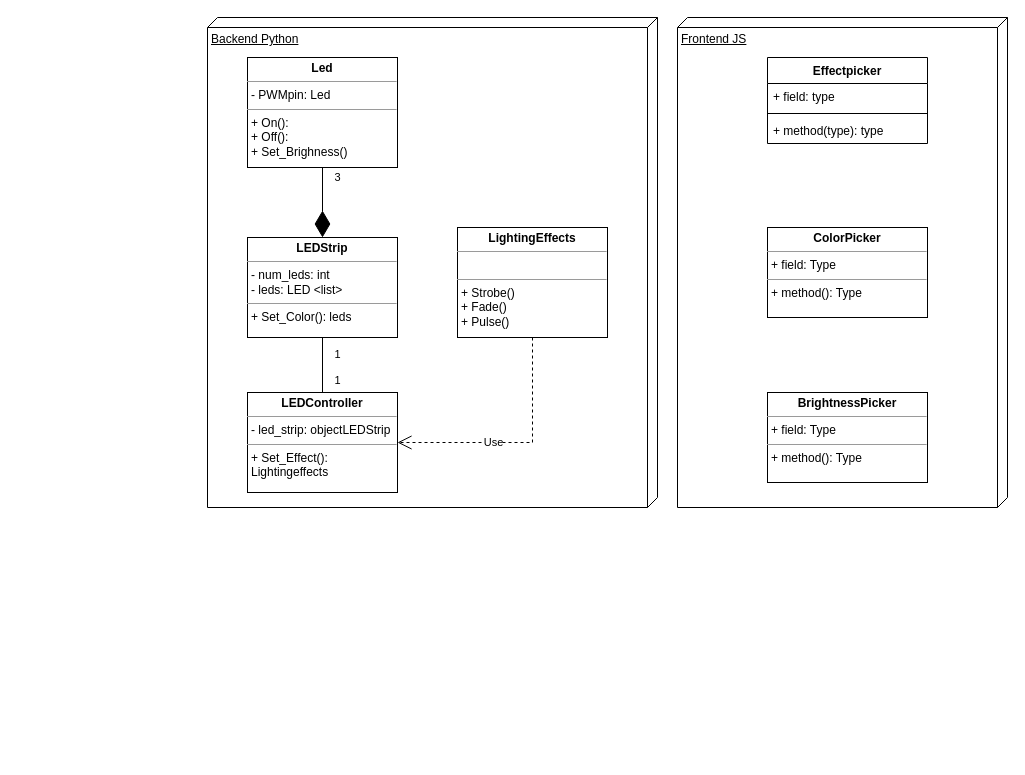
Earlier version of the draw.io diagram uml_diagrams/Untitled Diagram.drawio (Phaneron97/smartLedstrip). Source tidied: cells renumbered, new cells numbered last; positions are measured from the earlier drawing's top-left corner, leaving out a move shared by most shapes. Both pictures are drawn from the tidied source at 100%, with x=0, y=0 at pixel (207, 17).
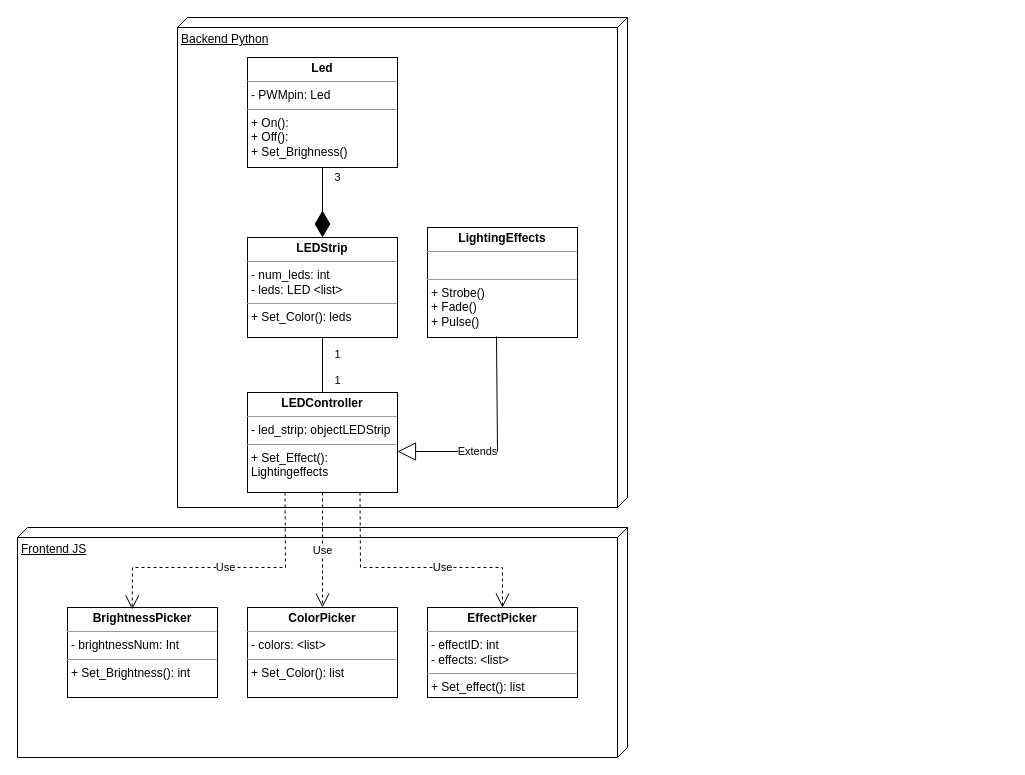
The same diagram, later.

The change refers to these unchanged cells:
```xml
<mxCell id="6" value="&lt;p style=&quot;margin:0px;margin-top:4px;text-align:center;&quot;&gt;&lt;b&gt;LEDController&lt;/b&gt;&lt;/p&gt;&lt;hr size=&quot;1&quot;&gt;&lt;p style=&quot;margin:0px;margin-left:4px;&quot;&gt;- led_strip: objectLEDStrip&lt;br&gt;&lt;/p&gt;&lt;hr size=&quot;1&quot;&gt;&lt;p style=&quot;margin:0px;margin-left:4px;&quot;&gt;+ Set_Effect(): Lightingeffects&lt;/p&gt;&lt;p style=&quot;margin:0px;margin-left:4px;&quot;&gt;&lt;br&gt;&lt;/p&gt;" style="verticalAlign=top;align=left;overflow=fill;fontSize=12;fontFamily=Helvetica;html=1;whiteSpace=wrap;" parent="1" vertex="1">
  <mxGeometry x="40" y="375" width="150" height="100" as="geometry" />
</mxCell>
```

The edit, as a diff of the source:
```diff
@@
     <mxCell id="2" value="Frontend JS" style="verticalAlign=top;align=left;spacingTop=8;spacingLeft=2;spacingRight=12;shape=cube;size=10;direction=south;fontStyle=4;html=1;whiteSpace=wrap;" parent="1" vertex="1">
-      <mxGeometry x="470" width="330" height="490" as="geometry" />
+      <mxGeometry x="-190" y="510" width="610" height="230" as="geometry" />
     </mxCell>
     <mxCell id="3" value="Backend Python" style="verticalAlign=top;align=left;spacingTop=8;spacingLeft=2;spacingRight=12;shape=cube;size=10;direction=south;fontStyle=4;html=1;whiteSpace=wrap;" parent="1" vertex="1">
-      <mxGeometry width="450" height="490" as="geometry" />
+      <mxGeometry x="-30" width="450" height="490" as="geometry" />
     </mxCell>
@@
     <mxCell id="7" value="&lt;p style=&quot;margin:0px;margin-top:4px;text-align:center;&quot;&gt;&lt;b&gt;LightingEffects&lt;/b&gt;&lt;/p&gt;&lt;hr size=&quot;1&quot;&gt;&lt;p style=&quot;margin:0px;margin-left:4px;&quot;&gt;&lt;br&gt;&lt;/p&gt;&lt;hr size=&quot;1&quot;&gt;&lt;p style=&quot;margin:0px;margin-left:4px;&quot;&gt;+ Strobe()&lt;/p&gt;&lt;p style=&quot;margin:0px;margin-left:4px;&quot;&gt;+ Fade()&lt;/p&gt;&lt;p style=&quot;margin:0px;margin-left:4px;&quot;&gt;+ Pulse()&lt;br&gt;&lt;/p&gt;" style="verticalAlign=top;align=left;overflow=fill;fontSize=12;fontFamily=Helvetica;html=1;whiteSpace=wrap;" parent="1" vertex="1">
-      <mxGeometry x="250" y="210" width="150" height="110" as="geometry" />
+      <mxGeometry x="220" y="210" width="150" height="110" as="geometry" />
     </mxCell>
@@
-    <mxCell id="9" value="Effectpicker" style="swimlane;fontStyle=1;align=center;verticalAlign=top;horizontal=1;startSize=26;whiteSpace=wrap;html=1;" parent="1" vertex="1">
-      <mxGeometry x="560" y="40" width="160" height="86" as="geometry" />
-    </mxCell>
-    <mxCell id="10" value="+ field: type" style="text;strokeColor=none;fillColor=none;align=left;verticalAlign=top;spacingLeft=4;spacingRight=4;overflow=hidden;whiteSpace=wrap;html=1;" parent="9" vertex="1">
-      <mxGeometry y="26" width="160" height="26" as="geometry" />
-    </mxCell>
-    <mxCell id="11" style="line;strokeWidth=1;fillColor=none;align=left;verticalAlign=middle;spacingTop=-1;spacingLeft=3;spacingRight=3;labelPosition=right;strokeColor=inherit;" parent="9" vertex="1">
-      <mxGeometry y="52" width="160" height="8" as="geometry" />
-    </mxCell>
-    <mxCell id="12" value="+ method(type): type" style="text;strokeColor=none;fillColor=none;align=left;verticalAlign=top;spacingLeft=4;spacingRight=4;overflow=hidden;whiteSpace=wrap;html=1;" parent="9" vertex="1">
-      <mxGeometry y="60" width="160" height="26" as="geometry" />
-    </mxCell>
-    <mxCell id="13" value="&lt;p style=&quot;margin:0px;margin-top:4px;text-align:center;&quot;&gt;&lt;b&gt;ColorPicker&lt;/b&gt;&lt;/p&gt;&lt;hr size=&quot;1&quot;&gt;&lt;p style=&quot;margin:0px;margin-left:4px;&quot;&gt;+ field: Type&lt;/p&gt;&lt;hr size=&quot;1&quot;&gt;&lt;p style=&quot;margin:0px;margin-left:4px;&quot;&gt;+ method(): Type&lt;/p&gt;" style="verticalAlign=top;align=left;overflow=fill;fontSize=12;fontFamily=Helvetica;html=1;whiteSpace=wrap;" parent="1" vertex="1">
-      <mxGeometry x="560" y="210" width="160" height="90" as="geometry" />
+    <mxCell id="13" value="&lt;p style=&quot;margin:0px;margin-top:4px;text-align:center;&quot;&gt;&lt;b&gt;ColorPicker&lt;/b&gt;&lt;/p&gt;&lt;hr size=&quot;1&quot;&gt;&lt;p style=&quot;margin:0px;margin-left:4px;&quot;&gt;- colors: &amp;lt;list&amp;gt;&lt;span style=&quot;white-space: pre;&quot;&gt; &lt;/span&gt;&lt;br&gt;&lt;/p&gt;&lt;hr size=&quot;1&quot;&gt;&lt;p style=&quot;margin:0px;margin-left:4px;&quot;&gt;+ Set_Color(): list&lt;br&gt;&lt;/p&gt;" style="verticalAlign=top;align=left;overflow=fill;fontSize=12;fontFamily=Helvetica;html=1;whiteSpace=wrap;" parent="1" vertex="1">
+      <mxGeometry x="40" y="590" width="150" height="90" as="geometry" />
     </mxCell>
-    <mxCell id="14" value="&lt;p style=&quot;margin:0px;margin-top:4px;text-align:center;&quot;&gt;&lt;b&gt;BrightnessPicker&lt;/b&gt;&lt;/p&gt;&lt;hr size=&quot;1&quot;&gt;&lt;p style=&quot;margin:0px;margin-left:4px;&quot;&gt;+ field: Type&lt;/p&gt;&lt;hr size=&quot;1&quot;&gt;&lt;p style=&quot;margin:0px;margin-left:4px;&quot;&gt;+ method(): Type&lt;/p&gt;" style="verticalAlign=top;align=left;overflow=fill;fontSize=12;fontFamily=Helvetica;html=1;whiteSpace=wrap;" parent="1" vertex="1">
-      <mxGeometry x="560" y="375" width="160" height="90" as="geometry" />
+    <mxCell id="14" value="&lt;p style=&quot;margin:0px;margin-top:4px;text-align:center;&quot;&gt;&lt;b&gt;BrightnessPicker&lt;/b&gt;&lt;/p&gt;&lt;hr size=&quot;1&quot;&gt;&lt;p style=&quot;margin:0px;margin-left:4px;&quot;&gt;- brightnessNum: Int&lt;br&gt;&lt;/p&gt;&lt;hr size=&quot;1&quot;&gt;&lt;p style=&quot;margin:0px;margin-left:4px;&quot;&gt;+ Set_Brightness(): int&lt;br&gt;&lt;/p&gt;" style="verticalAlign=top;align=left;overflow=fill;fontSize=12;fontFamily=Helvetica;html=1;whiteSpace=wrap;" parent="1" vertex="1">
+      <mxGeometry x="-140" y="590" width="150" height="90" as="geometry" />
     </mxCell>
@@
-    <mxCell id="16" value="Use" style="endArrow=open;endSize=12;dashed=1;html=1;rounded=0;exitX=0.5;exitY=1;exitDx=0;exitDy=0;entryX=1;entryY=0.5;entryDx=0;entryDy=0;" parent="1" edge="1" source="7" target="6">
-      <mxGeometry x="0.2" relative="1" as="geometry">
+    <mxCell id="16" value="Extends" style="endArrow=block;endSize=16;endFill=0;html=1;rounded=0;exitX=0.46;exitY=0.991;exitDx=0;exitDy=0;exitPerimeter=0;entryX=1;entryY=0.59;entryDx=0;entryDy=0;entryPerimeter=0;" parent="1" edge="1" source="7" target="6">
+      <mxGeometry x="0.26" relative="1" as="geometry">
         <Array as="points">
-          <mxPoint x="325" y="425" />
+          <mxPoint x="290" y="434" />
         </Array>
       </mxGeometry>
     </mxCell>
+    <mxCell id="17" value="&lt;p style=&quot;margin:0px;margin-top:4px;text-align:center;&quot;&gt;&lt;b&gt;EffectPicker&lt;/b&gt;&lt;/p&gt;&lt;hr size=&quot;1&quot;&gt;&lt;p style=&quot;margin:0px;margin-left:4px;&quot;&gt;- effectID: int&lt;/p&gt;&lt;p style=&quot;margin:0px;margin-left:4px;&quot;&gt;- effects: &amp;lt;list&amp;gt;&lt;br&gt;&lt;/p&gt;&lt;hr size=&quot;1&quot;&gt;&lt;p style=&quot;margin:0px;margin-left:4px;&quot;&gt;+ Set_effect(): list&lt;br&gt;&lt;/p&gt;" style="verticalAlign=top;align=left;overflow=fill;fontSize=12;fontFamily=Helvetica;html=1;whiteSpace=wrap;" parent="1" vertex="1">
+      <mxGeometry x="220" y="590" width="150" height="90" as="geometry" />
+    </mxCell>
+    <mxCell id="18" value="Use" style="endArrow=open;endSize=12;dashed=1;html=1;rounded=0;exitX=0.25;exitY=1;exitDx=0;exitDy=0;entryX=0.431;entryY=0.022;entryDx=0;entryDy=0;entryPerimeter=0;" parent="1" edge="1" source="6" target="14">
+      <mxGeometry relative="1" as="geometry">
+        <Array as="points">
+          <mxPoint x="78" y="550" />
+          <mxPoint x="-75" y="550" />
+        </Array>
+      </mxGeometry>
+    </mxCell>
+    <mxCell id="19" value="Use" style="endArrow=open;endSize=12;dashed=1;html=1;rounded=0;entryX=0.5;entryY=0;entryDx=0;entryDy=0;exitX=0.5;exitY=1;exitDx=0;exitDy=0;" parent="1" edge="1" source="6" target="13">
+      <mxGeometry relative="1" as="geometry" />
+    </mxCell>
+    <mxCell id="20" value="Use" style="endArrow=open;endSize=12;dashed=1;html=1;rounded=0;exitX=0.75;exitY=1;exitDx=0;exitDy=0;entryX=0.5;entryY=0;entryDx=0;entryDy=0;" parent="1" edge="1" source="6" target="17">
+      <mxGeometry x="0.22" relative="1" as="geometry">
+        <Array as="points">
+          <mxPoint x="153" y="550" />
+          <mxPoint x="295" y="550" />
+        </Array>
+      </mxGeometry>
+    </mxCell>
```
